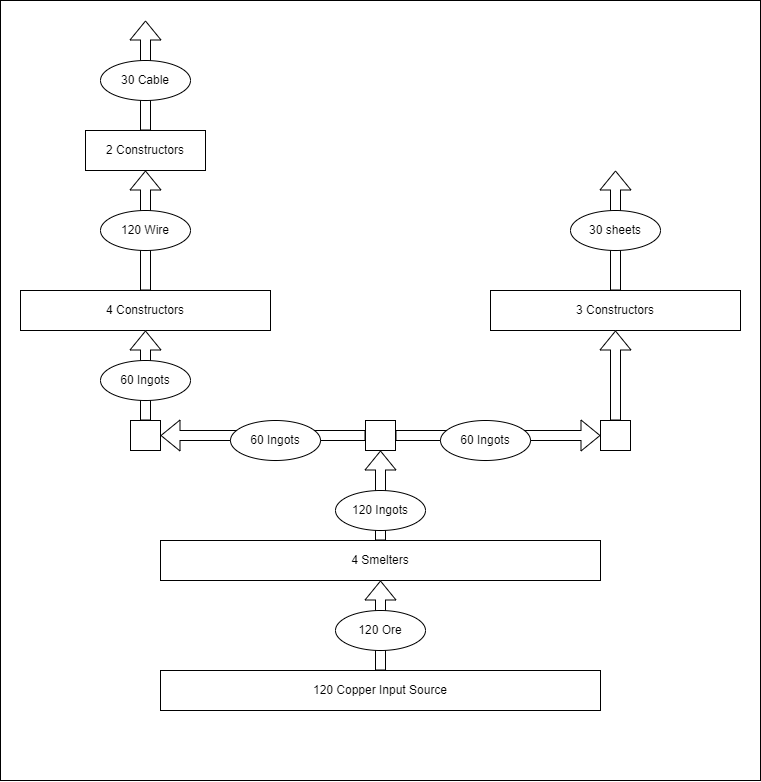
Above: copper.drawio.png in nlarsen31/Factories (draw.io), before the change. Source tidied: cells renumbered, new cells last; positions are measured from the earlier drawing's top-left corner, leaving out a move shared by most shapes.
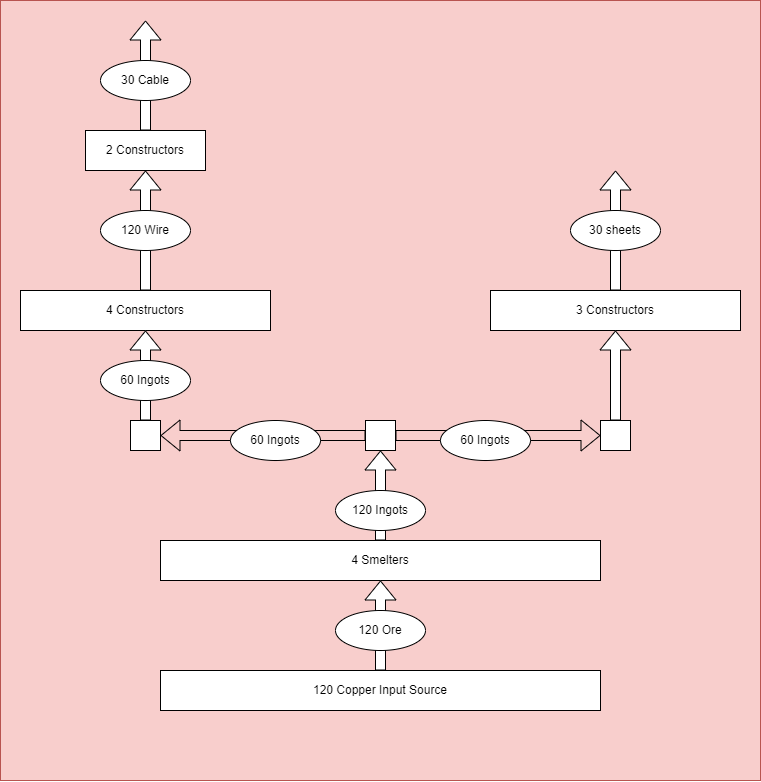
The same diagram one commit later.

Change to the diagram source:
```diff
@@ -2,7 +2,7 @@
   <root>
     <mxCell id="0" />
     <mxCell id="1" parent="0" />
-    <mxCell id="2" style="rounded=0;whiteSpace=wrap;html=1;" parent="1" vertex="1">
+    <mxCell id="2" style="rounded=0;whiteSpace=wrap;html=1;fillColor=#f8cecc;strokeColor=#b85450;" parent="1" vertex="1">
       <mxGeometry width="760" height="780" as="geometry" />
     </mxCell>
     <mxCell id="3" value="120 Copper Input Source" style="rounded=0;whiteSpace=wrap;html=1;" parent="1" vertex="1">
```
